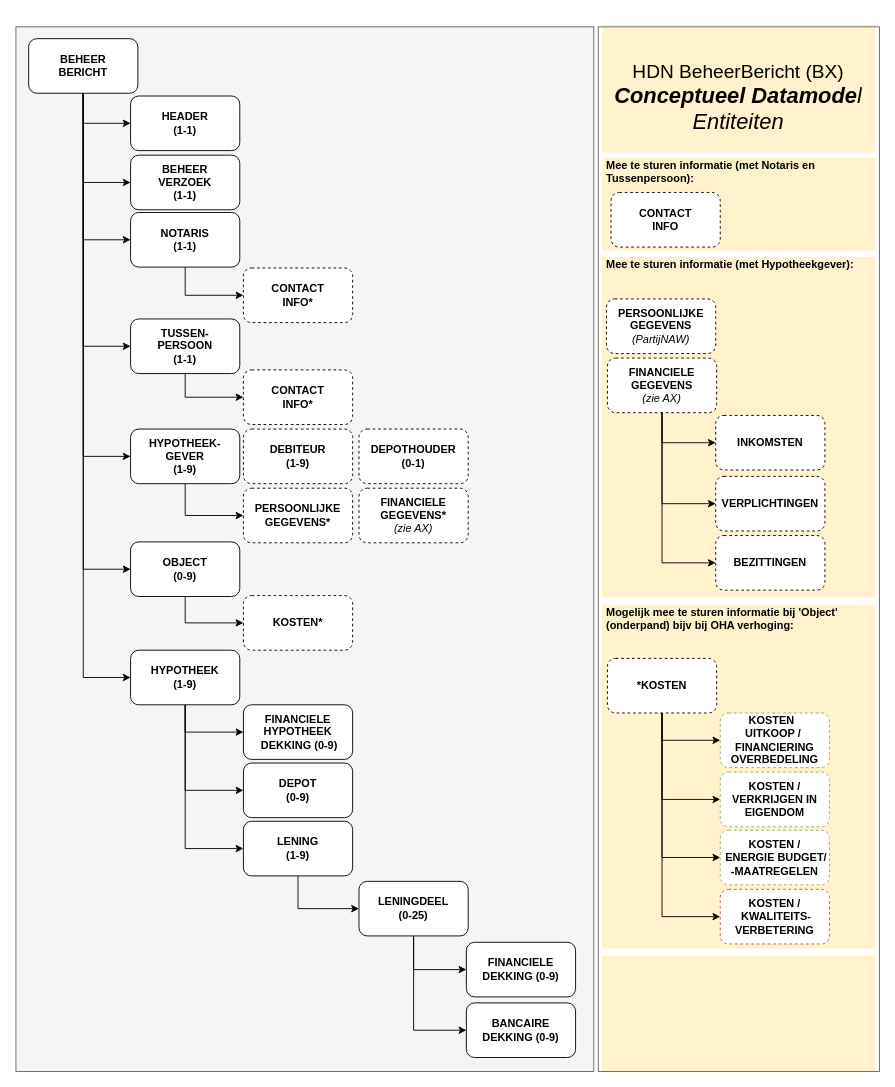
luchthandel/diagrams keeps this draw.io diagram as page "DataModel BX" (1 of 7) of HDN_BX_MM_OntslagHoofdelijk.drawio. Above is the earlier version. Source tidied: cells renumbered, new cells numbered last; positions are measured from the earlier drawing's top-left corner, leaving out a move shared by most shapes. Both pictures are drawn from the tidied source at 91%, with x=0, y=0 at pixel (15, 25).
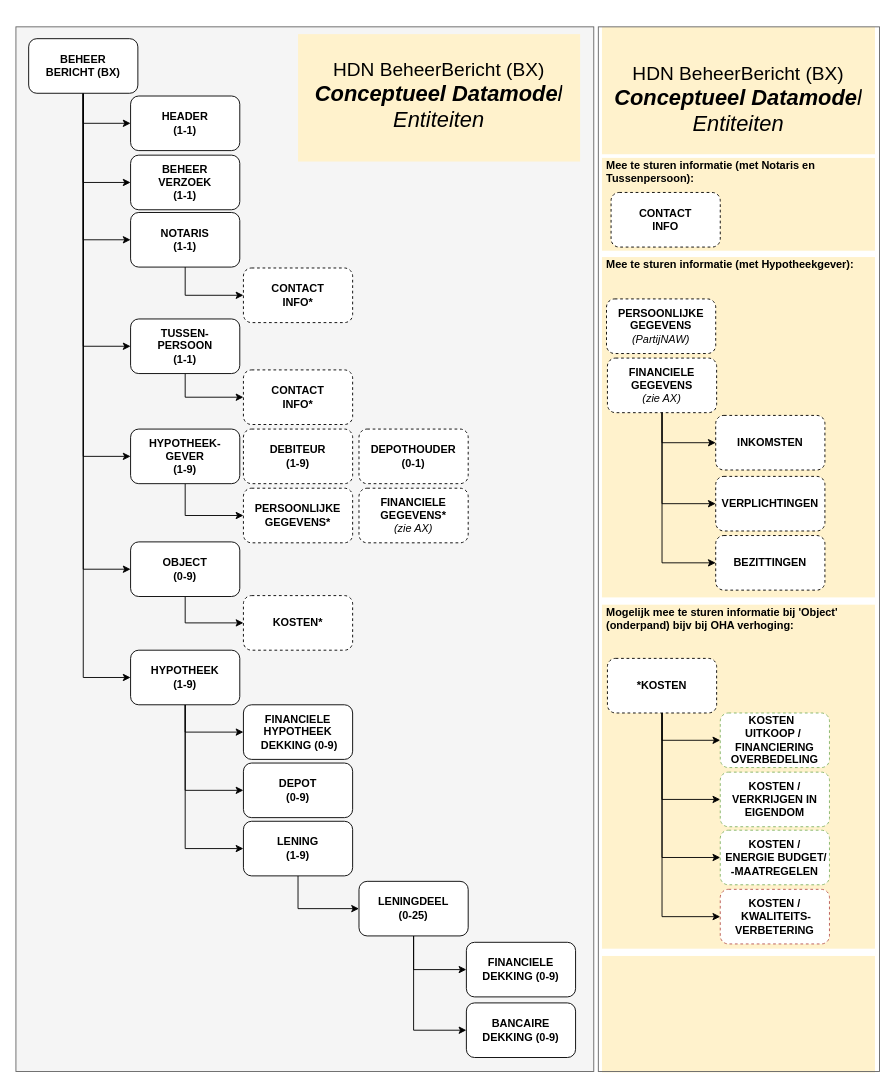
The same diagram, later.

Change to the diagram source:
```diff
@@
     <mxCell id="2" value="&lt;p&gt;&lt;font style=&quot;font-size: 21px&quot;&gt;&lt;br&gt;&lt;/font&gt;&lt;/p&gt;&lt;p&gt;&lt;font style=&quot;font-size: 21px&quot;&gt;HDN BeheerBericht (BX)&lt;br&gt;&lt;/font&gt;&lt;i&gt;&lt;span style=&quot;font-size: 24px&quot;&gt;&lt;b&gt;Conceptueel Datamode&lt;/b&gt;l&lt;br&gt;Entiteiten&lt;/span&gt;&lt;/i&gt;&lt;br&gt;&lt;/p&gt;" style="text;html=1;fillColor=#fff2cc;spacing=5;spacingTop=-20;whiteSpace=wrap;overflow=hidden;rounded=0;verticalAlign=top;dashed=1;align=center;" parent="1" vertex="1">
-      <mxGeometry x="644" width="300" height="140" as="geometry" />
+      <mxGeometry x="644" y="2" width="300" height="140" as="geometry" />
     </mxCell>
@@
-    <mxCell id="22" value="BEHEER&lt;br&gt;BERICHT" style="rounded=1;whiteSpace=wrap;html=1;fontStyle=1;" parent="1" vertex="1">
+    <mxCell id="22" value="BEHEER&lt;br&gt;BERICHT (BX)" style="rounded=1;whiteSpace=wrap;html=1;fontStyle=1;" parent="1" vertex="1">
       <mxGeometry x="14" y="15" width="120" height="60" as="geometry" />
     </mxCell>
@@
+    <mxCell id="65" value="&lt;p&gt;&lt;font style=&quot;font-size: 21px&quot;&gt;&lt;br class=&quot;Apple-interchange-newline&quot;&gt;HDN BeheerBericht (BX)&lt;br&gt;&lt;/font&gt;&lt;i&gt;&lt;span style=&quot;font-size: 24px&quot;&gt;&lt;b&gt;Conceptueel Datamode&lt;/b&gt;l&lt;br&gt;Entiteiten&lt;/span&gt;&lt;/i&gt;&lt;br&gt;&lt;/p&gt;" style="text;html=1;fillColor=#fff2cc;spacing=5;spacingTop=-20;whiteSpace=wrap;overflow=hidden;rounded=0;verticalAlign=top;dashed=1;align=center;" parent="1" vertex="1">
+      <mxGeometry x="310" y="10" width="310" height="140" as="geometry" />
+    </mxCell>
```
